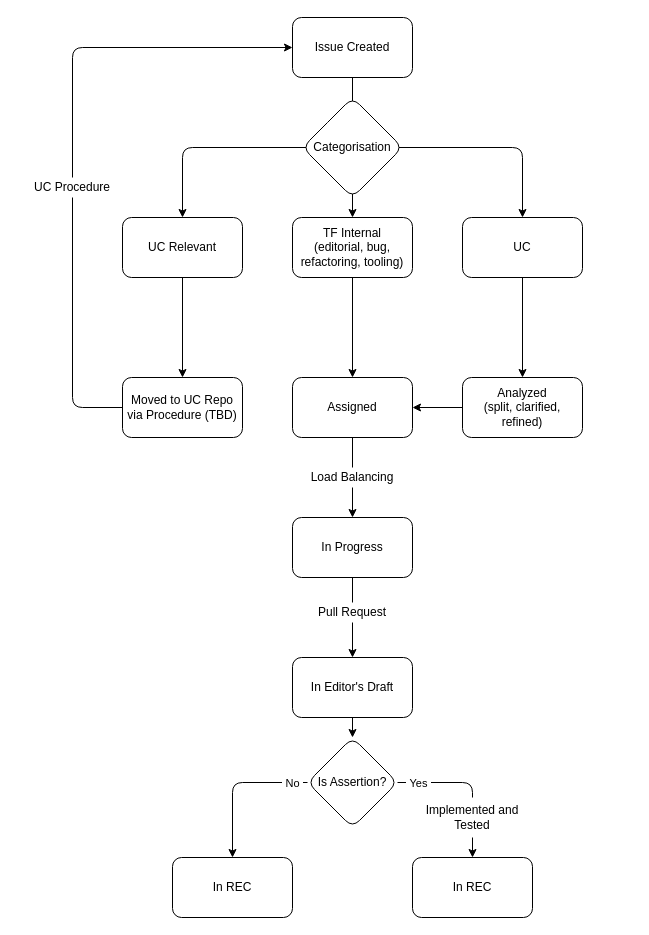
Earlier version of the draw.io diagram page "Lifecycle" (2 of 2) of proposals/project-management/kanbanidea.drawio (w3c/wot-thing-description). Source tidied: cells renumbered, new cells numbered last; positions are measured from the earlier drawing's top-left corner, leaving out a move shared by most shapes. Both pictures are drawn from the tidied source at 100%, with x=0, y=0 at pixel (17, 17).
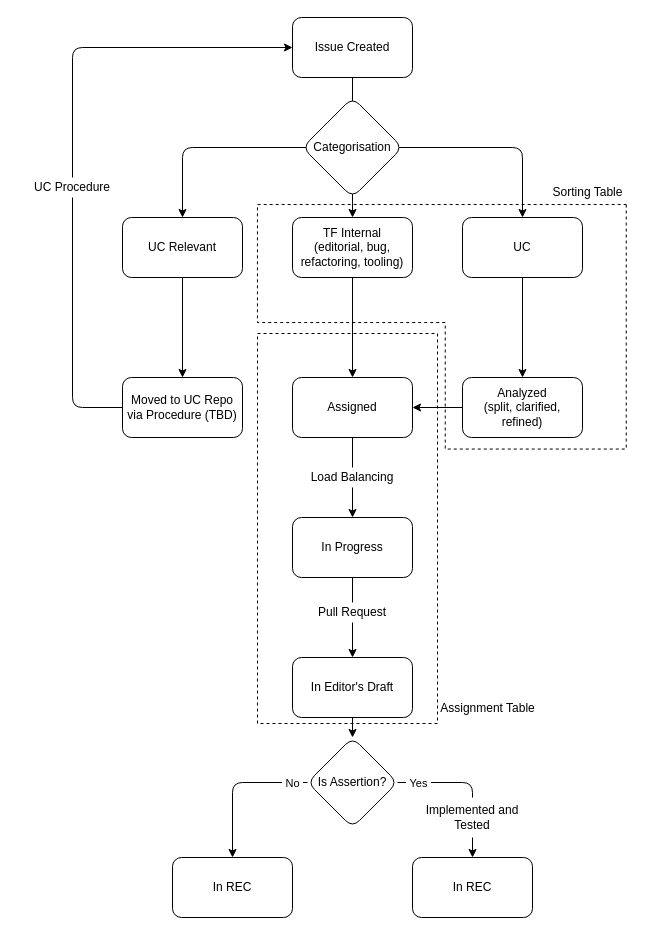
The same diagram, later.

What changed in the source:
```diff
@@
+    <mxCell id="34" style="shape=corner;whiteSpace=wrap;html=1;rotation=90;dx=118;dy=181;fillColor=none;dashed=1;" parent="1" vertex="1">
+      <mxGeometry x="302.1" y="124.9" width="244.5" height="368.8" as="geometry" />
+    </mxCell>
+    <mxCell id="35" style="rounded=0;whiteSpace=wrap;html=1;dashed=1;fillColor=none;" parent="1" vertex="1">
+      <mxGeometry x="240" y="316" width="180" height="390" as="geometry" />
+    </mxCell>
+    <mxCell id="36" value="Sorting Table" style="text;html=1;align=center;verticalAlign=middle;strokeColor=none;fillColor=none;" parent="1" vertex="1">
+      <mxGeometry x="525" y="160" width="90" height="30" as="geometry" />
+    </mxCell>
+    <mxCell id="37" value="Assignment Table" style="text;html=1;align=center;verticalAlign=middle;strokeColor=none;fillColor=none;" parent="1" vertex="1">
+      <mxGeometry x="410" y="676" width="120" height="30" as="geometry" />
+    </mxCell>
```
